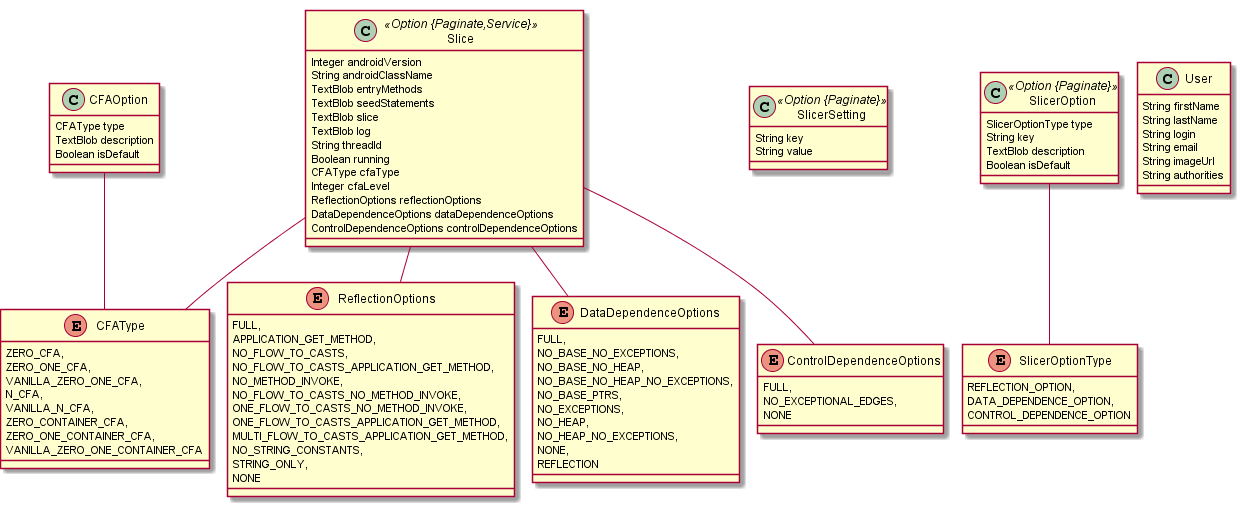
This is AndroidSlicer.png from BitFlipp3r/AndroidSlicer, a PlantUML export, as it was before one commit.
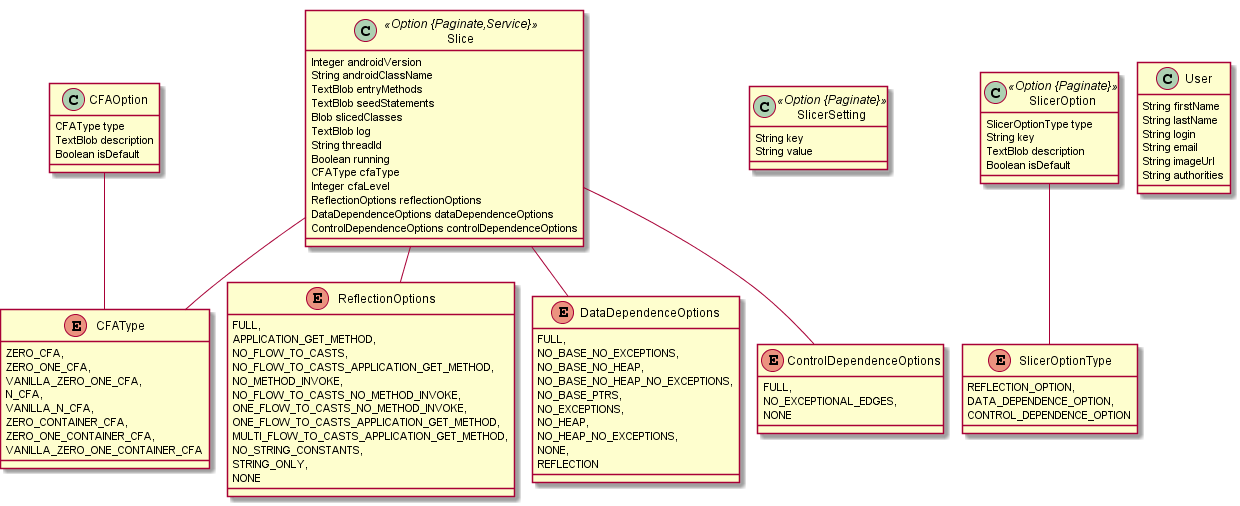
After the change.

The edit, as a diff of the source:
```diff
@@ -6,7 +6,7 @@
 		String androidClassName
 		TextBlob entryMethods
 		TextBlob seedStatements
-		TextBlob slice
+		Blob slicedClasses
 		TextBlob log
 		String threadId
 		Boolean running
```
